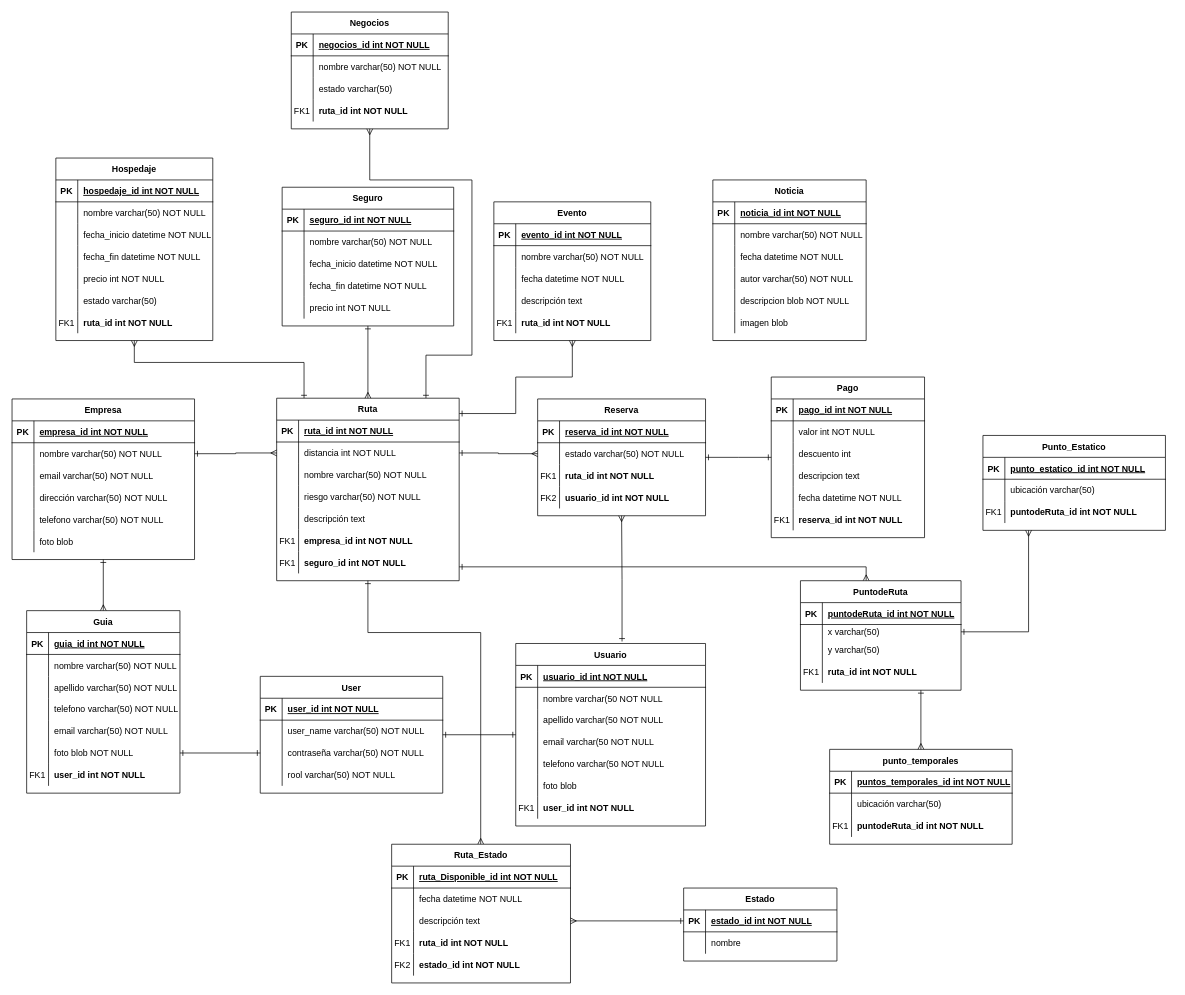
This is documentacion/modelos/base de datos/ecoturismo.drawio from andrees971/servicios-ecoturismo-apis, a draw.io file, before an edit. Source tidied: cells renumbered, new cells numbered last; positions are measured from the earlier drawing's top-left corner, leaving out a move shared by most shapes. Both pictures are drawn from the tidied source at 73%, with x=0, y=0 at pixel (12, 12).
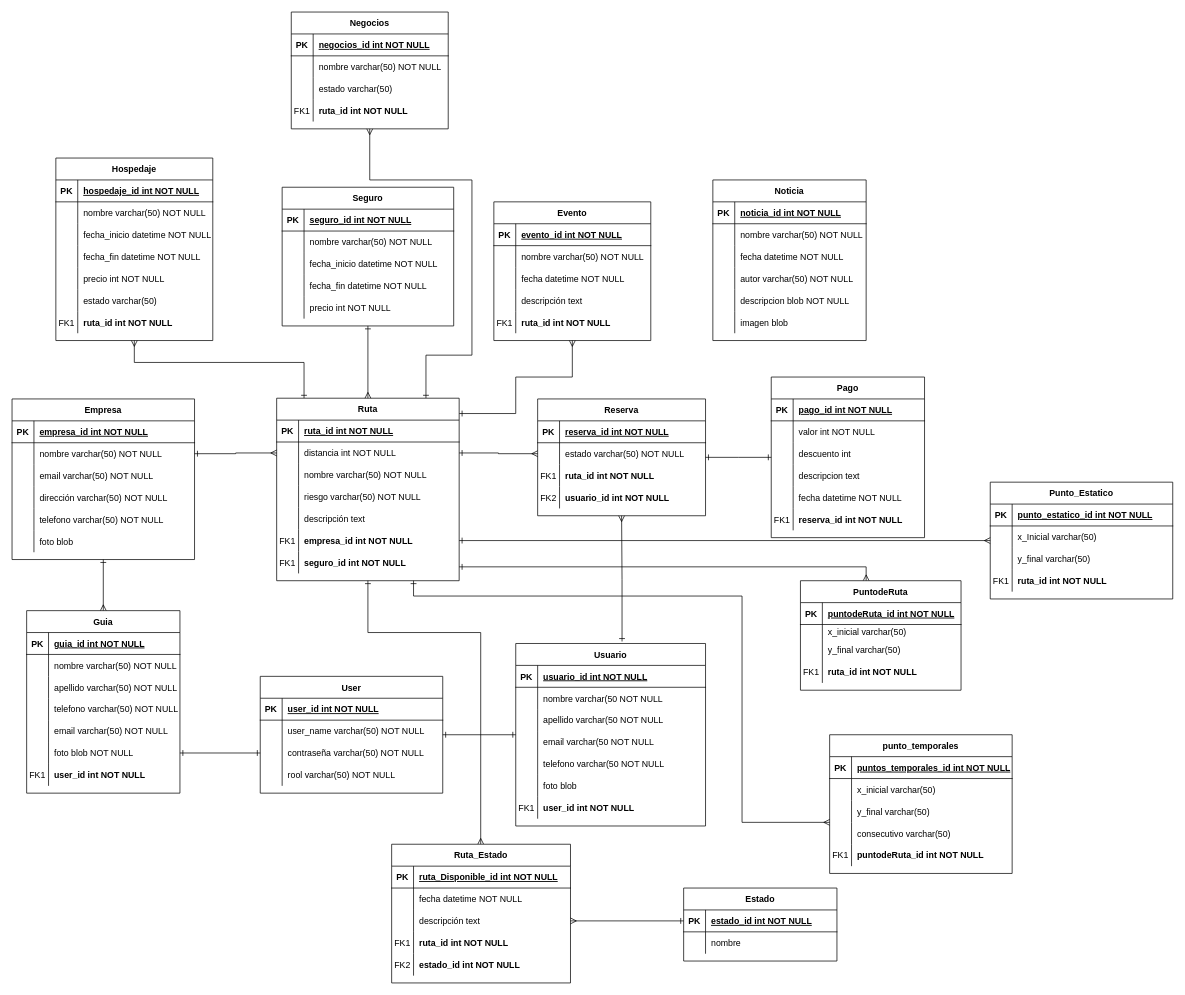
After the change.

Commit message (it also covers changes not shown here):
4.1 se modifico el diseño de base de datos, arregladno algunas tablas y enlaces

Unchanged cells that the change refers to:
```xml
<mxCell id="7" value="Ruta" style="shape=table;startSize=30;childLayout=tableLayout;rowLines=0;fontStyle=1;align=center;" parent="1" vertex="1">
  <mxGeometry x="362.5" y="529" width="250" height="250" as="geometry" />
</mxCell>
<mxCell id="23" style="shape=partialRectangle;fillColor=none;points=[[0,0.5],[1,0.5]];portConstraint=eastwest;top=0;left=0;right=0;bottom=0;" parent="7" vertex="1">
  <mxGeometry y="180" width="250" height="30" as="geometry" />
</mxCell>
<mxCell id="243" value="PuntodeRuta" style="shape=table;startSize=30;childLayout=tableLayout;rowLines=0;fontStyle=1;align=center;" parent="1" vertex="1">
  <mxGeometry x="1080" y="779" width="220" height="150" as="geometry" />
</mxCell>
<mxCell id="247" style="shape=tableRow;horizontal=0;startSize=0;swimlaneHead=0;swimlaneBody=0;fillColor=none;points=[[0,0.5],[1,0.5]];portConstraint=eastwest;top=0;left=0;right=0;bottom=0;" parent="243" vertex="1">
  <mxGeometry y="60" width="220" height="20" as="geometry" />
</mxCell>
<mxCell id="250" style="shape=tableRow;horizontal=0;startSize=0;swimlaneHead=0;swimlaneBody=0;fillColor=none;top=0;left=0;right=0;bottom=0;" parent="243" vertex="1">
  <mxGeometry y="80" width="220" height="30" as="geometry" />
</mxCell>
<mxCell id="260" style="shape=tableRow;horizontal=0;startSize=0;swimlaneHead=0;swimlaneBody=0;fillColor=none;top=0;left=0;right=0;bottom=0;" parent="256" vertex="1">
  <mxGeometry y="60" width="250" height="30" as="geometry" />
</mxCell>
<mxCell id="283" style="shape=tableRow;horizontal=0;startSize=0;swimlaneHead=0;swimlaneBody=0;fillColor=none;top=0;left=0;right=0;bottom=0;" parent="279" vertex="1">
  <mxGeometry y="60" width="250" height="30" as="geometry" />
</mxCell>
```

The edit, as a diff of the source:
```diff
@@
-    <mxCell id="242" style="edgeStyle=orthogonalEdgeStyle;rounded=0;jettySize=auto;html=1;exitX=1;exitY=0.5;exitDx=0;exitDy=0;entryX=0.25;entryY=1;entryDx=0;entryDy=0;startArrow=ERone;startFill=0;endArrow=ERmany;endFill=0;" parent="1" edge="1" source="247" target="256">
-      <mxGeometry relative="1" as="geometry">
-        <Array as="points">
-          <mxPoint x="1393" y="849" />
-        </Array>
-      </mxGeometry>
-    </mxCell>
@@
-    <mxCell id="249" value="x varchar(50)" style="shape=partialRectangle;fillColor=none;top=0;left=0;bottom=0;right=0;align=left;spacingLeft=6;overflow=hidden;" parent="247" vertex="1">
+    <mxCell id="249" value="x_inicial varchar(50)" style="shape=partialRectangle;fillColor=none;top=0;left=0;bottom=0;right=0;align=left;spacingLeft=6;overflow=hidden;" parent="247" vertex="1">
       <mxGeometry x="30" width="190" height="20" as="geometry" />
     </mxCell>
@@
-    <mxCell id="252" value="y varchar(50)" style="shape=partialRectangle;fillColor=none;top=0;left=0;bottom=0;right=0;align=left;spacingLeft=6;overflow=hidden;" parent="250" vertex="1">
+    <mxCell id="252" value="y_final varchar(50)" style="shape=partialRectangle;fillColor=none;top=0;left=0;bottom=0;right=0;align=left;spacingLeft=6;overflow=hidden;" parent="250" vertex="1">
       <mxGeometry x="30" width="190" height="30" as="geometry" />
     </mxCell>
@@
     <mxCell id="256" value="Punto_Estatico" style="shape=table;startSize=30;childLayout=tableLayout;rowLines=0;fontStyle=1;align=center;" parent="1" vertex="1">
-      <mxGeometry x="1330" y="580" width="250" height="130" as="geometry" />
+      <mxGeometry x="1340" y="644" width="250" height="160" as="geometry" />
     </mxCell>
@@
-    <mxCell id="262" value="ubicación varchar(50)" style="shape=partialRectangle;fillColor=none;top=0;left=0;bottom=0;right=0;align=left;spacingLeft=6;overflow=hidden;" parent="260" vertex="1">
+    <mxCell id="262" value="x_Inicial varchar(50)" style="shape=partialRectangle;fillColor=none;top=0;left=0;bottom=0;right=0;align=left;spacingLeft=6;overflow=hidden;" parent="260" vertex="1">
       <mxGeometry x="30" width="220" height="30" as="geometry" />
     </mxCell>
+    <mxCell id="290" style="shape=tableRow;horizontal=0;startSize=0;swimlaneHead=0;swimlaneBody=0;fillColor=none;top=0;left=0;right=0;bottom=0;" parent="256" vertex="1">
+      <mxGeometry y="90" width="250" height="30" as="geometry" />
+    </mxCell>
+    <mxCell id="291" style="shape=partialRectangle;fillColor=none;top=0;left=0;bottom=0;right=0;overflow=hidden;" parent="290" vertex="1">
+      <mxGeometry width="30" height="30" as="geometry" />
+    </mxCell>
+    <mxCell id="292" value="y_final varchar(50)" style="shape=partialRectangle;fillColor=none;top=0;left=0;bottom=0;right=0;align=left;spacingLeft=6;overflow=hidden;" parent="290" vertex="1">
+      <mxGeometry x="30" width="220" height="30" as="geometry" />
+    </mxCell>
     <mxCell id="263" style="shape=tableRow;horizontal=0;startSize=0;swimlaneHead=0;swimlaneBody=0;fillColor=none;top=0;left=0;right=0;bottom=0;" parent="256" vertex="1">
-      <mxGeometry y="90" width="250" height="30" as="geometry" />
+      <mxGeometry y="120" width="250" height="30" as="geometry" />
     </mxCell>
@@
-    <mxCell id="265" value="puntodeRuta_id int NOT NULL" style="shape=partialRectangle;fillColor=none;top=0;left=0;bottom=0;right=0;align=left;spacingLeft=6;overflow=hidden;fontStyle=1;" parent="263" vertex="1">
+    <mxCell id="265" value="ruta_id int NOT NULL" style="shape=partialRectangle;fillColor=none;top=0;left=0;bottom=0;right=0;align=left;spacingLeft=6;overflow=hidden;fontStyle=1;" parent="263" vertex="1">
       <mxGeometry x="30" width="220" height="30" as="geometry" />
     </mxCell>
@@
     <mxCell id="279" value="punto_temporales" style="shape=table;startSize=30;childLayout=tableLayout;rowLines=0;fontStyle=1;align=center;" parent="1" vertex="1">
-      <mxGeometry x="1120" y="1010" width="250" height="130" as="geometry" />
+      <mxGeometry x="1120" y="990" width="250" height="190" as="geometry" />
     </mxCell>
@@
-    <mxCell id="285" value="ubicación varchar(50)" style="shape=partialRectangle;fillColor=none;top=0;left=0;bottom=0;right=0;align=left;spacingLeft=6;overflow=hidden;" parent="283" vertex="1">
+    <mxCell id="285" value="x_inicial varchar(50)" style="shape=partialRectangle;fillColor=none;top=0;left=0;bottom=0;right=0;align=left;spacingLeft=6;overflow=hidden;" parent="283" vertex="1">
       <mxGeometry x="30" width="220" height="30" as="geometry" />
     </mxCell>
+    <mxCell id="293" style="shape=tableRow;horizontal=0;startSize=0;swimlaneHead=0;swimlaneBody=0;fillColor=none;points=[[0,0.5],[1,0.5]];portConstraint=eastwest;top=0;left=0;right=0;bottom=0;" parent="279" vertex="1">
+      <mxGeometry y="90" width="250" height="30" as="geometry" />
+    </mxCell>
+    <mxCell id="294" style="shape=partialRectangle;fillColor=none;top=0;left=0;bottom=0;right=0;overflow=hidden;" parent="293" vertex="1">
+      <mxGeometry width="30" height="30" as="geometry" />
+    </mxCell>
+    <mxCell id="295" value="y_final varchar(50)" style="shape=partialRectangle;fillColor=none;top=0;left=0;bottom=0;right=0;align=left;spacingLeft=6;overflow=hidden;" parent="293" vertex="1">
+      <mxGeometry x="30" width="220" height="30" as="geometry" />
+    </mxCell>
+    <mxCell id="296" style="shape=tableRow;horizontal=0;startSize=0;swimlaneHead=0;swimlaneBody=0;fillColor=none;top=0;left=0;right=0;bottom=0;" parent="279" vertex="1">
+      <mxGeometry y="120" width="250" height="30" as="geometry" />
+    </mxCell>
+    <mxCell id="297" style="shape=partialRectangle;fillColor=none;top=0;left=0;bottom=0;right=0;overflow=hidden;" parent="296" vertex="1">
+      <mxGeometry width="30" height="30" as="geometry" />
+    </mxCell>
+    <mxCell id="298" value="consecutivo varchar(50)" style="shape=partialRectangle;fillColor=none;top=0;left=0;bottom=0;right=0;align=left;spacingLeft=6;overflow=hidden;" parent="296" vertex="1">
+      <mxGeometry x="30" width="220" height="30" as="geometry" />
+    </mxCell>
     <mxCell id="286" style="shape=tableRow;horizontal=0;startSize=0;swimlaneHead=0;swimlaneBody=0;fillColor=none;top=0;left=0;right=0;bottom=0;" parent="279" vertex="1">
-      <mxGeometry y="90" width="250" height="30" as="geometry" />
+      <mxGeometry y="150" width="250" height="30" as="geometry" />
     </mxCell>
@@
-    <mxCell id="289" style="edgeStyle=orthogonalEdgeStyle;rounded=0;jettySize=auto;html=1;startArrow=ERone;startFill=0;endArrow=ERmany;endFill=0;exitX=0.75;exitY=1;exitDx=0;exitDy=0;" parent="1" edge="1" source="243" target="279">
-      <mxGeometry relative="1" as="geometry" />
-    </mxCell>
+    <mxCell id="299" style="edgeStyle=orthogonalEdgeStyle;rounded=0;jettySize=auto;html=1;endArrow=ERmany;endFill=0;startArrow=ERone;startFill=0;" parent="1" edge="1" source="23" target="256">
+      <mxGeometry relative="1" as="geometry" />
+    </mxCell>
+    <mxCell id="300" style="edgeStyle=orthogonalEdgeStyle;rounded=0;jettySize=auto;html=1;startArrow=ERone;startFill=0;endArrow=ERmany;endFill=0;exitX=0.75;exitY=1;exitDx=0;exitDy=0;" parent="1" edge="1" source="7" target="293">
+      <mxGeometry relative="1" as="geometry">
+        <Array as="points">
+          <mxPoint x="550" y="800" />
+          <mxPoint x="1000" y="800" />
+          <mxPoint x="1000" y="1110" />
+        </Array>
+      </mxGeometry>
+    </mxCell>
```
